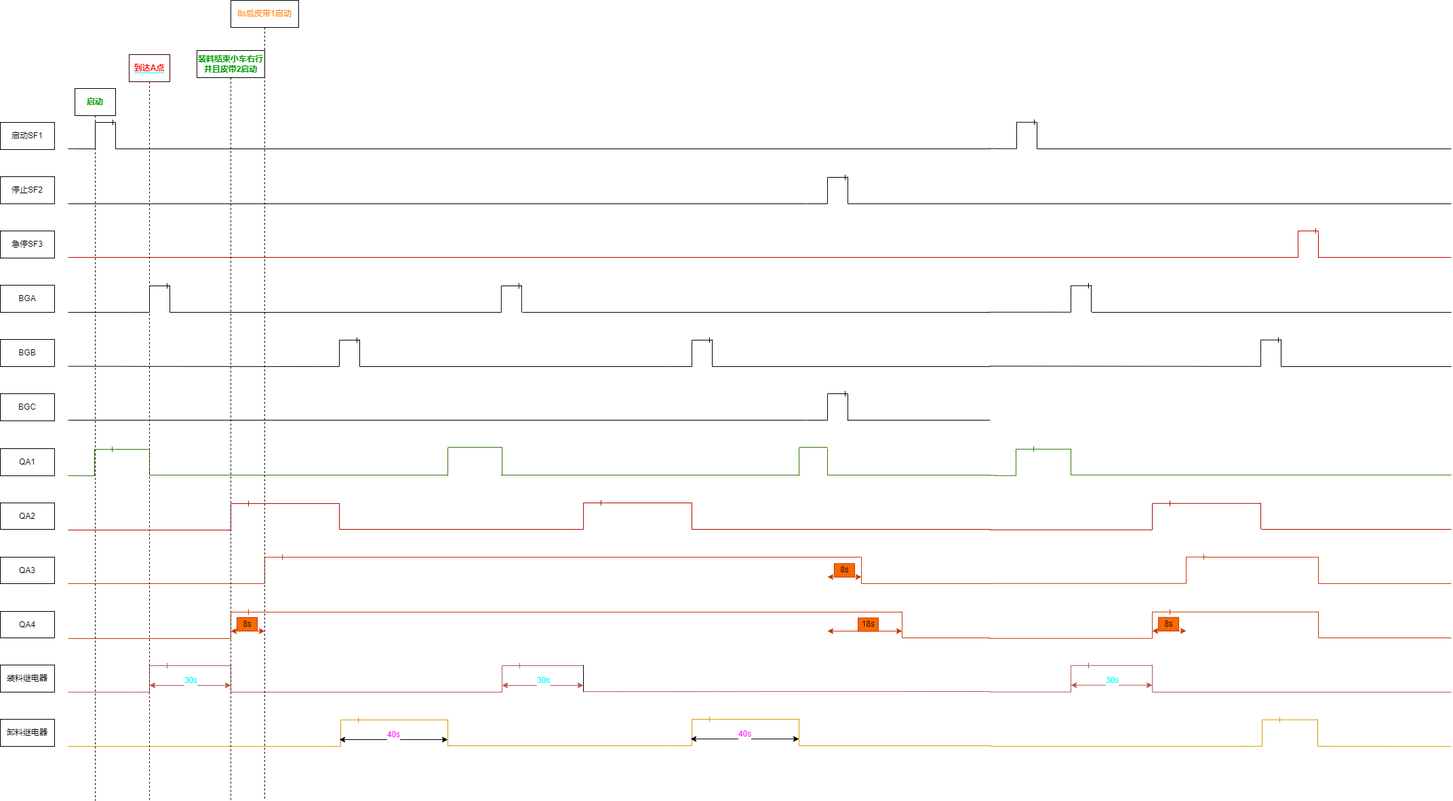
mj-allk/mjalk keeps this draw.io diagram as timedia.drawio.png. Above is the earlier version. Source tidied: cells renumbered, new cells last; positions are measured from the earlier drawing's top-left corner, leaving out a move shared by most shapes.
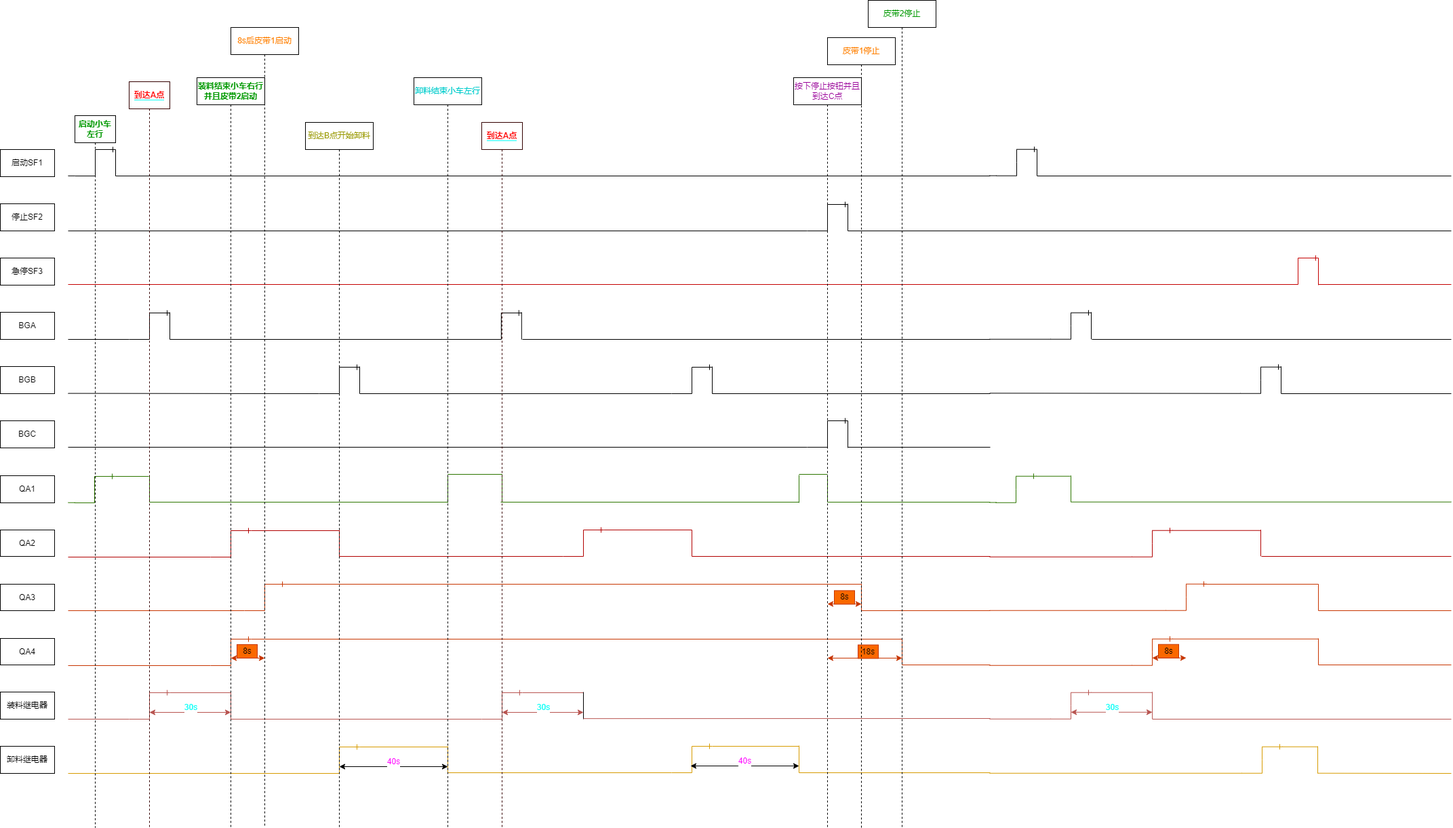
The same file after the commit.

Change to the diagram source:
```diff
@@ -231,12 +231,12 @@
     </mxCell>
     <mxCell id="50" style="edgeStyle=entityRelationEdgeStyle;fontSize=12;html=1;endArrow=ERone;endFill=1;rounded=0;fillColor=#ffcd28;strokeColor=#d79b00;gradientColor=#ffa500;" parent="1" edge="1">
       <mxGeometry relative="1" as="geometry">
-        <mxPoint x="472" y="1100" as="sourcePoint" />
-        <mxPoint x="532" y="1061" as="targetPoint" />
+        <mxPoint x="470" y="1100" as="sourcePoint" />
+        <mxPoint x="530" y="1061" as="targetPoint" />
       </mxGeometry>
     </mxCell>
     <mxCell id="51" style="line;strokeWidth=1;dashed=0;labelPosition=right;align=left;verticalAlign=middle;spacingTop=0;spacingLeft=6;fillColor=#ffcd28;gradientColor=#ffa500;strokeColor=#d79b00;" parent="1" vertex="1">
-      <mxGeometry x="532" y="1056" width="128" height="10" as="geometry" />
+      <mxGeometry x="530" y="1056" width="130" height="10" as="geometry" />
     </mxCell>
     <mxCell id="52" style="endArrow=none;html=1;rounded=0;fillColor=#ffcd28;strokeColor=#d79b00;gradientColor=#ffa500;" parent="1" edge="1">
       <mxGeometry relative="1" as="geometry">
@@ -771,11 +771,29 @@
     <mxCell id="156" value="&lt;font color=&quot;#009900&quot;&gt;&lt;b&gt;装料结束小车右行并且皮带2启动&lt;/b&gt;&lt;/font&gt;" style="shape=umlLifeline;perimeter=lifelinePerimeter;whiteSpace=wrap;html=1;labelBackgroundColor=#FFFFFF;fontSize=12;fontColor=#33FF33;strokeColor=default;fillColor=#FFFFFF;gradientColor=none;" parent="1" vertex="1">
       <mxGeometry x="290" y="74" width="100" height="1106" as="geometry" />
     </mxCell>
-    <mxCell id="157" value="&lt;b&gt;启动&lt;/b&gt;" style="shape=umlLifeline;perimeter=lifelinePerimeter;whiteSpace=wrap;html=1;labelBackgroundColor=#FFFFFF;fontSize=12;fontColor=#009900;strokeColor=default;fillColor=#FFFFFF;gradientColor=none;" parent="1" vertex="1">
+    <mxCell id="157" value="&lt;b&gt;启动小车左行&lt;/b&gt;" style="shape=umlLifeline;perimeter=lifelinePerimeter;whiteSpace=wrap;html=1;labelBackgroundColor=#FFFFFF;fontSize=12;fontColor=#009900;strokeColor=default;fillColor=#FFFFFF;gradientColor=none;" parent="1" vertex="1">
       <mxGeometry x="110" y="130" width="60" height="1050" as="geometry" />
     </mxCell>
     <mxCell id="158" value="&lt;font color=&quot;#ff8000&quot;&gt;8s后皮带1启动&lt;/font&gt;" style="shape=umlLifeline;perimeter=lifelinePerimeter;whiteSpace=wrap;html=1;labelBackgroundColor=#FFFFFF;fontSize=12;fontColor=#009900;strokeColor=default;fillColor=#FFFFFF;gradientColor=none;" parent="1" vertex="1">
       <mxGeometry x="340" width="100" height="1180" as="geometry" />
     </mxCell>
+    <mxCell id="159" value="&lt;font color=&quot;#999900&quot;&gt;到达B点开始卸料&lt;/font&gt;" style="shape=umlLifeline;perimeter=lifelinePerimeter;whiteSpace=wrap;html=1;labelBackgroundColor=#FFFFFF;fontSize=12;fontColor=#FF8000;strokeColor=default;fillColor=#FFFFFF;gradientColor=none;" parent="1" vertex="1">
+      <mxGeometry x="450" y="140" width="100" height="1040" as="geometry" />
+    </mxCell>
+    <mxCell id="160" value="&lt;font color=&quot;#00cccc&quot;&gt;卸料结束小车左行&lt;/font&gt;" style="shape=umlLifeline;perimeter=lifelinePerimeter;whiteSpace=wrap;html=1;labelBackgroundColor=#FFFFFF;fontSize=12;fontColor=#999900;strokeColor=default;fillColor=#FFFFFF;gradientColor=none;" parent="1" vertex="1">
+      <mxGeometry x="610" y="74" width="100" height="1106" as="geometry" />
+    </mxCell>
+    <mxCell id="161" value="&lt;font style=&quot;background-color: rgb(255 , 255 , 255)&quot; color=&quot;#ff0000&quot;&gt;&lt;b&gt;到达A点&lt;/b&gt;&lt;/font&gt;" style="shape=umlLifeline;perimeter=lifelinePerimeter;whiteSpace=wrap;html=1;labelBackgroundColor=#14FFF7;fontSize=12;fontColor=#FF00FF;strokeColor=#330000;fillColor=#FFFFFF;" parent="1" vertex="1">
+      <mxGeometry x="710" y="140" width="60" height="1040" as="geometry" />
+    </mxCell>
+    <mxCell id="162" value="&lt;font color=&quot;#990099&quot;&gt;按下停止按钮并且到达C点&lt;/font&gt;" style="shape=umlLifeline;perimeter=lifelinePerimeter;whiteSpace=wrap;html=1;labelBackgroundColor=#FFFFFF;fontSize=12;fontColor=#00CCCC;strokeColor=default;fillColor=#FFFFFF;gradientColor=none;" parent="1" vertex="1">
+      <mxGeometry x="1170" y="74" width="100" height="1106" as="geometry" />
+    </mxCell>
+    <mxCell id="163" value="&lt;font color=&quot;#ff8000&quot;&gt;皮带1停止&lt;/font&gt;" style="shape=umlLifeline;perimeter=lifelinePerimeter;whiteSpace=wrap;html=1;labelBackgroundColor=#FFFFFF;fontSize=12;fontColor=#990099;strokeColor=default;fillColor=#FFFFFF;gradientColor=none;" parent="1" vertex="1">
+      <mxGeometry x="1220" y="15" width="100" height="1165" as="geometry" />
+    </mxCell>
+    <mxCell id="164" value="&lt;font color=&quot;#009900&quot;&gt;皮带2停止&lt;/font&gt;" style="shape=umlLifeline;perimeter=lifelinePerimeter;whiteSpace=wrap;html=1;labelBackgroundColor=#FFFFFF;fontSize=12;fontColor=#00CC66;strokeColor=default;fillColor=#FFFFFF;gradientColor=none;" parent="1" vertex="1">
+      <mxGeometry x="1280" y="-40" width="100" height="1220" as="geometry" />
+    </mxCell>
   </root>
 </mxGraphModel>
```
